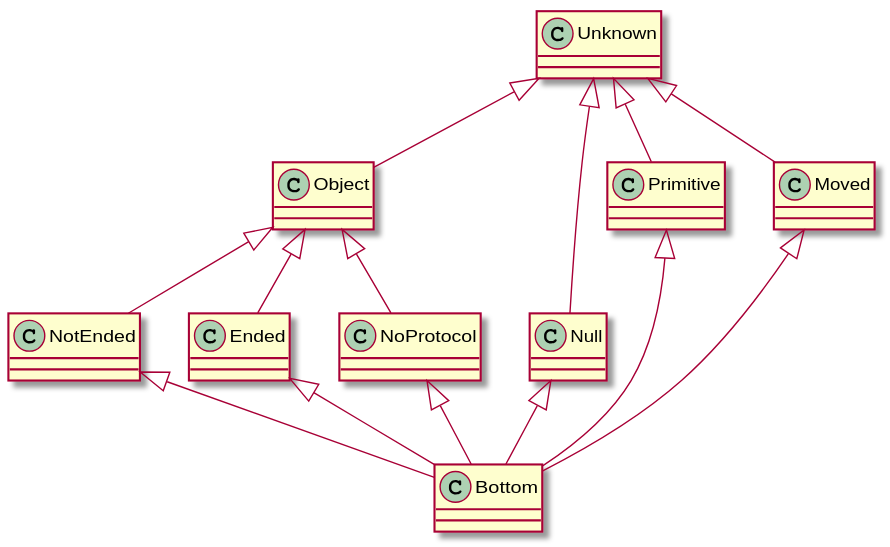
jdmota/java-typestate-checker keeps this PlantUML diagram as type_system.svg. Above is the earlier version.
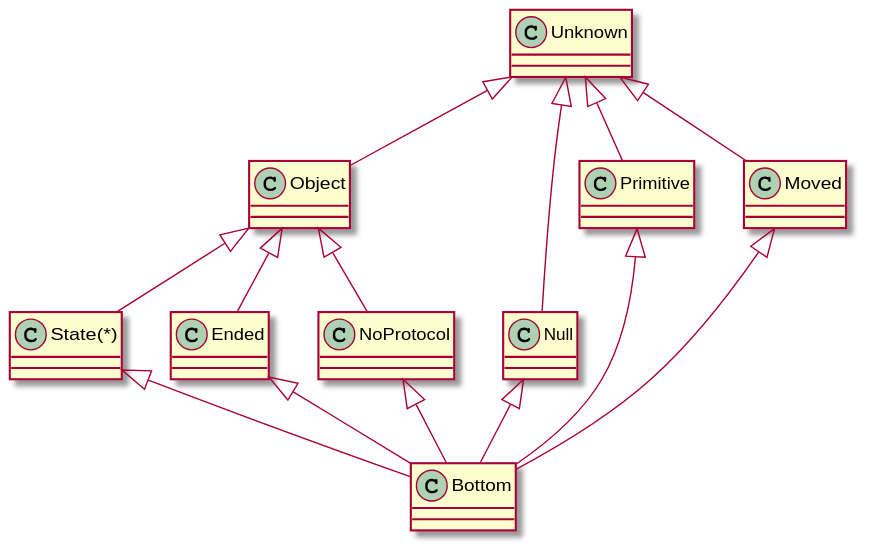
After the commit.

Diff of the diagram source:
```diff
@@ -1,12 +1,12 @@
 @startuml
 Unknown <|-- Object
-Object <|-- NotEnded
+Object <|-- "State(*)"
 Object <|-- Ended
 Object <|-- NoProtocol
 Unknown <|-- Null
 Unknown <|-- Primitive
 Unknown <|-- Moved
-NotEnded <|-- Bottom
+"State(*)" <|-- Bottom
 Ended <|-- Bottom
 NoProtocol <|-- Bottom
 Null <|-- Bottom
```
